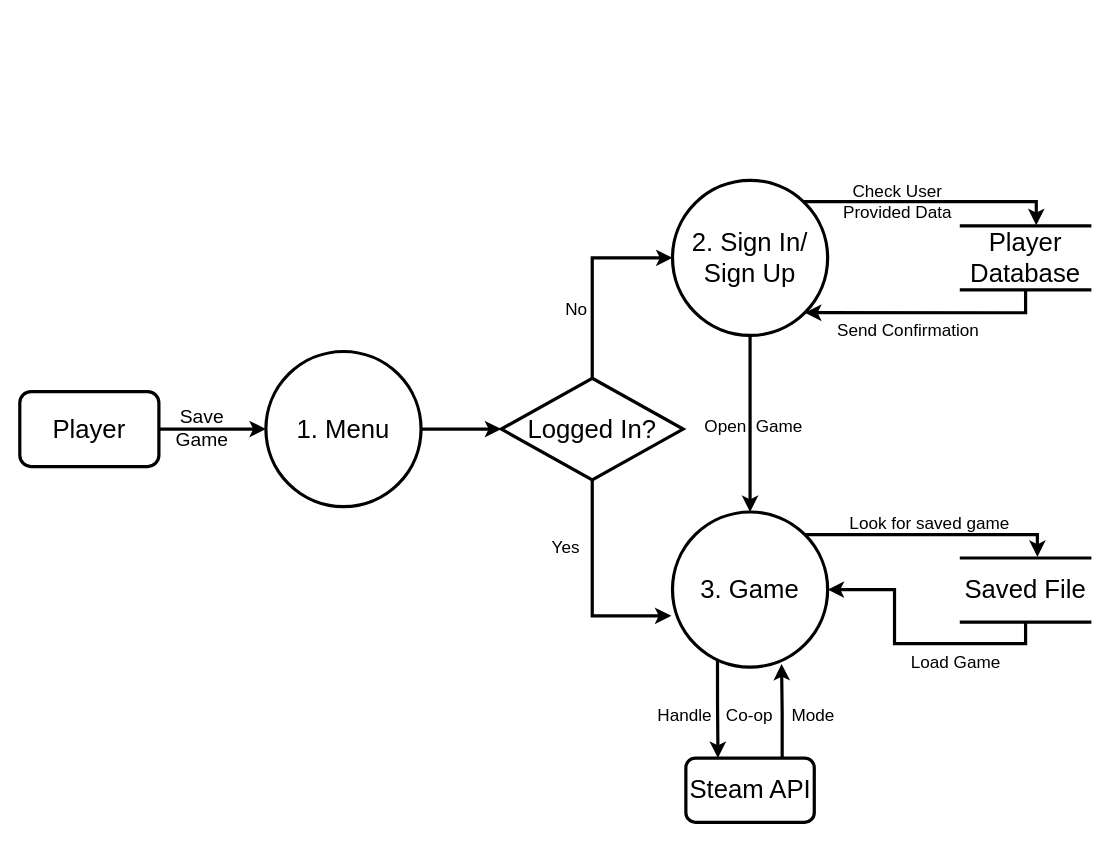
Above: Pictures/dataflow/Level 1.drawio in FM-Man/SPL_2 (draw.io), before the change. Source tidied: cells renumbered, new cells numbered last; positions are measured from the earlier drawing's top-left corner, leaving out a move shared by most shapes. Both pictures are drawn from the tidied source at 107%, with x=0, y=0 at pixel (19, 180).
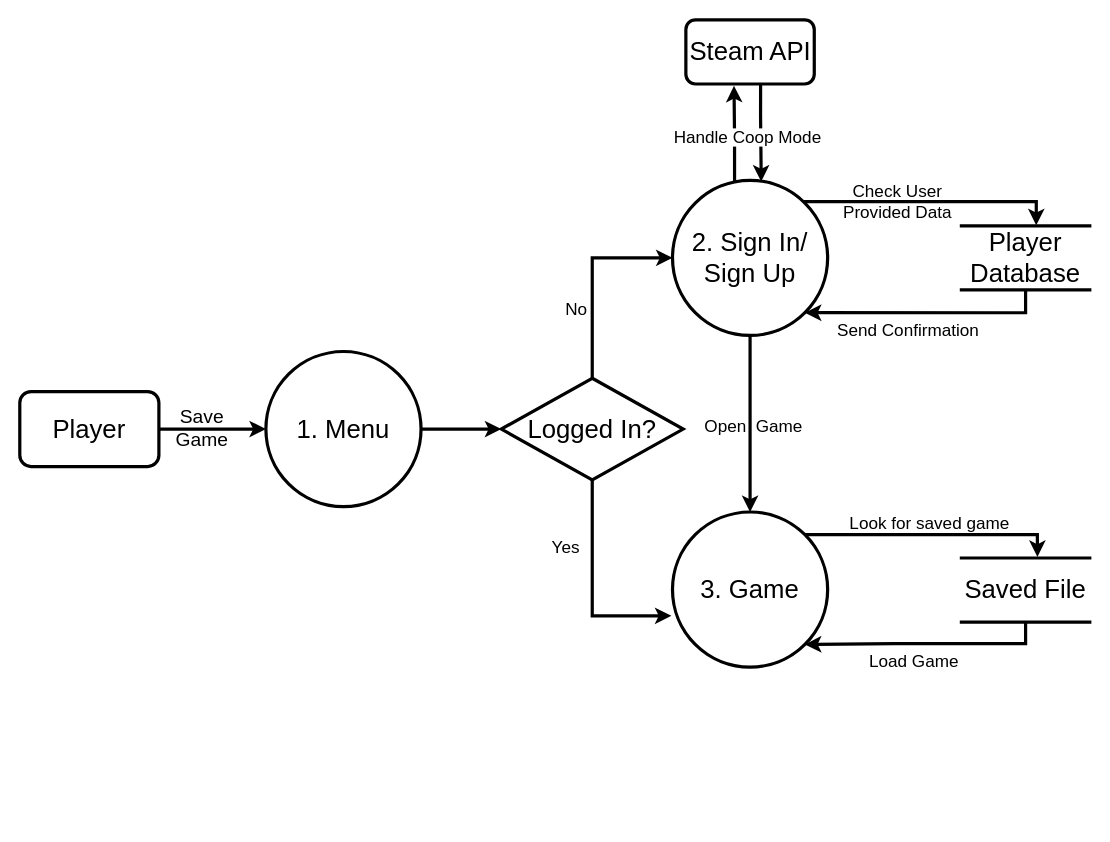
The same diagram, later.

Unchanged cells that the change refers to:
```xml
<mxCell id="11" value="2. Sign In/ Sign Up" style="ellipse;whiteSpace=wrap;html=1;fontSize=24;strokeWidth=3;" parent="1" vertex="1">
  <mxGeometry x="610" width="145" height="145" as="geometry" />
</mxCell>
<mxCell id="14" value="3. Game" style="ellipse;whiteSpace=wrap;html=1;fontSize=24;strokeWidth=3;" parent="1" vertex="1">
  <mxGeometry x="610" y="310" width="145" height="145" as="geometry" />
</mxCell>
<mxCell id="21" value="Saved File" style="shape=partialRectangle;whiteSpace=wrap;html=1;left=0;right=0;fillColor=none;fontSize=24;strokeWidth=3;" parent="1" vertex="1">
  <mxGeometry x="880" y="353" width="120" height="60" as="geometry" />
</mxCell>
```

What changed in the source:
```diff
@@
+    <mxCell id="30" style="edgeStyle=orthogonalEdgeStyle;rounded=0;orthogonalLoop=1;jettySize=auto;html=1;entryX=0.375;entryY=1.028;entryDx=0;entryDy=0;fontSize=16;strokeWidth=3;exitX=0.4;exitY=0.008;exitDx=0;exitDy=0;exitPerimeter=0;entryPerimeter=0;" parent="1" edge="1">
+      <mxGeometry relative="1" as="geometry">
+        <mxPoint x="668" y="1.2" as="sourcePoint" />
+        <mxPoint x="667.5" y="-88.3" as="targetPoint" />
+        <Array as="points">
+          <mxPoint x="668" y="-40" />
+        </Array>
+      </mxGeometry>
+    </mxCell>
@@
-    <mxCell id="12" style="edgeStyle=orthogonalEdgeStyle;rounded=0;jettySize=auto;html=1;fontSize=24;strokeWidth=3;exitX=0.29;exitY=0.958;exitDx=0;exitDy=0;entryX=0.25;entryY=0;entryDx=0;entryDy=0;exitPerimeter=0;" parent="1" edge="1" source="14" target="16">
-      <mxGeometry relative="1" as="geometry">
-        <Array as="points">
-          <mxPoint x="652" y="490" />
-          <mxPoint x="652" y="490" />
-        </Array>
-      </mxGeometry>
-    </mxCell>
@@
-    <mxCell id="15" style="edgeStyle=orthogonalEdgeStyle;rounded=0;jettySize=auto;html=1;entryX=0.703;entryY=0.979;entryDx=0;entryDy=0;fontSize=16;strokeWidth=3;entryPerimeter=0;exitX=0.75;exitY=0;exitDx=0;exitDy=0;" parent="1" edge="1" source="16" target="14">
-      <mxGeometry relative="1" as="geometry" />
+    <mxCell id="15" style="edgeStyle=orthogonalEdgeStyle;rounded=0;jettySize=auto;html=1;fontSize=16;strokeWidth=3;exitX=0.582;exitY=0.992;exitDx=0;exitDy=0;entryX=0.572;entryY=0.008;entryDx=0;entryDy=0;entryPerimeter=0;exitPerimeter=0;" parent="1" edge="1" source="16" target="11">
+      <mxGeometry relative="1" as="geometry">
+        <Array as="points">
+          <mxPoint x="692" y="-60" />
+          <mxPoint x="693" y="-60" />
+        </Array>
+      </mxGeometry>
     </mxCell>
     <mxCell id="16" value="Steam API" style="rounded=1;whiteSpace=wrap;html=1;fontSize=24;strokeWidth=3;" parent="1" vertex="1">
-      <mxGeometry x="622.5" y="540" width="120" height="60" as="geometry" />
+      <mxGeometry x="622.5" y="-150" width="120" height="60" as="geometry" />
     </mxCell>
@@
-    <mxCell id="20" style="edgeStyle=orthogonalEdgeStyle;rounded=0;jettySize=auto;html=1;entryX=1;entryY=0.5;entryDx=0;entryDy=0;fontSize=24;strokeWidth=3;exitX=0.5;exitY=1;exitDx=0;exitDy=0;" parent="1" edge="1" source="21" target="14">
+    <mxCell id="20" style="edgeStyle=orthogonalEdgeStyle;rounded=0;jettySize=auto;html=1;entryX=1;entryY=1;entryDx=0;entryDy=0;fontSize=24;strokeWidth=3;exitX=0.5;exitY=1;exitDx=0;exitDy=0;" parent="1" edge="1" source="21" target="14">
       <mxGeometry relative="1" as="geometry" />
     </mxCell>
@@
     <mxCell id="28" value="&amp;nbsp;&amp;nbsp;&amp;nbsp;&amp;nbsp;&amp;nbsp;&amp;nbsp;&amp;nbsp;&amp;nbsp;&amp;nbsp;&amp;nbsp;&amp;nbsp;&amp;nbsp;&amp;nbsp;&amp;nbsp;&amp;nbsp;&amp;nbsp;&amp;nbsp;&amp;nbsp;&amp;nbsp; Load Game" style="text;html=1;align=center;verticalAlign=middle;strokeColor=none;fillColor=none;fontSize=16;" parent="1" vertex="1">
-      <mxGeometry x="735" y="440" width="190" height="20" as="geometry" />
+      <mxGeometry x="696" y="439" width="190" height="20" as="geometry" />
     </mxCell>
-    <mxCell id="29" value="Handle &amp;nbsp; Co-op &amp;nbsp;&amp;nbsp; Mode&amp;nbsp;&amp;nbsp; " style="text;html=1;align=center;verticalAlign=middle;strokeColor=none;fillColor=none;fontSize=16;" parent="1" vertex="1">
-      <mxGeometry x="587.5" y="490" width="190" height="20" as="geometry" />
-    </mxCell>
+    <mxCell id="31" value="&lt;span style=&quot;background-color: rgb(255 , 255 , 255)&quot;&gt;Handle Coop Mode&lt;/span&gt;" style="text;html=1;align=center;verticalAlign=middle;strokeColor=none;fillColor=none;fontSize=16;" parent="1" vertex="1">
+      <mxGeometry x="605" y="-50" width="150" height="20" as="geometry" />
+    </mxCell>
```
